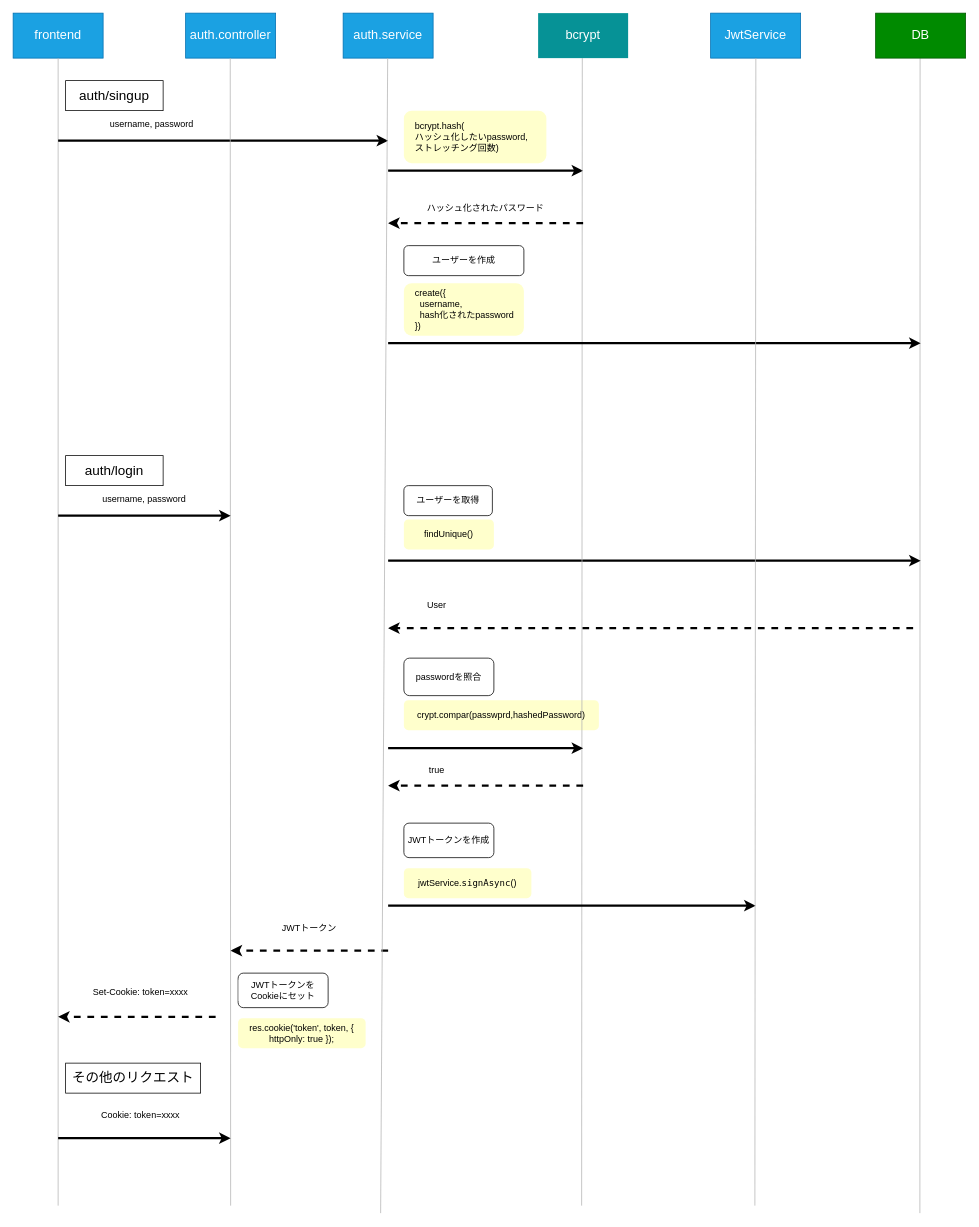
Before: draw.io/auth.drawio in nogson/tokyo-sento-backend, a draw.io diagram. Source tidied: cells renumbered, new cells numbered last; positions are measured from the earlier drawing's top-left corner, leaving out a move shared by most shapes. Both pictures are drawn from the tidied source at 75%, with x=0, y=0 at pixel (13, 13).
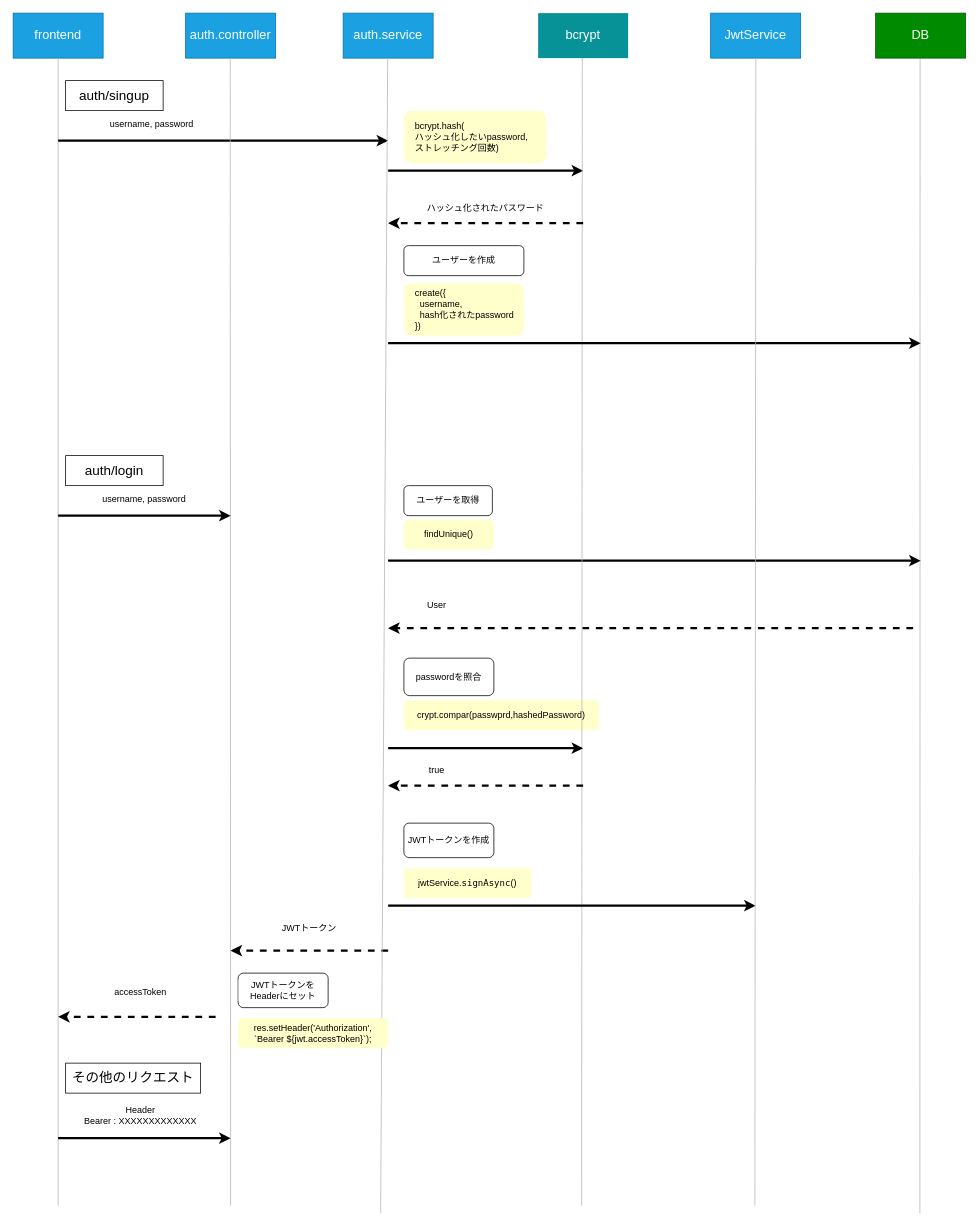
After the change.

The edit, as a diff of the source:
```diff
@@
-    <mxCell id="42" value="&lt;span style=&quot;font-size: 12px;&quot;&gt;res.cookie('token', token, { httpOnly: true });&lt;/span&gt;" style="rounded=1;whiteSpace=wrap;html=1;labelBackgroundColor=none;fontSize=10;fontColor=#000000;fillColor=#FFFFCC;strokeColor=none;" parent="1" vertex="1">
-      <mxGeometry x="300" y="1340" width="170" height="40" as="geometry" />
+    <mxCell id="42" value="&lt;span style=&quot;font-size: 12px;&quot;&gt;res.setHeader('Authorization', `Bearer ${jwt.accessToken}`);&lt;/span&gt;" style="rounded=1;whiteSpace=wrap;html=1;labelBackgroundColor=none;fontSize=10;fontColor=#000000;fillColor=#FFFFCC;strokeColor=none;" parent="1" vertex="1">
+      <mxGeometry x="300" y="1340" width="200" height="40" as="geometry" />
     </mxCell>
-    <mxCell id="43" value="JWTトークンをCookieにセット" style="text;whiteSpace=wrap;html=1;align=center;verticalAlign=middle;labelBackgroundColor=default;strokeColor=default;rounded=1;" parent="1" vertex="1">
+    <mxCell id="43" value="JWTトークンをHeaderにセット" style="text;whiteSpace=wrap;html=1;align=center;verticalAlign=middle;labelBackgroundColor=default;strokeColor=default;rounded=1;" parent="1" vertex="1">
       <mxGeometry x="300" y="1280" width="120" height="46" as="geometry" />
     </mxCell>
@@
-    <mxCell id="45" value="Set-Cookie: token=xxxx" style="text;whiteSpace=wrap;html=1;align=center;verticalAlign=middle;fontSize=12;" parent="1" vertex="1">
+    <mxCell id="45" value="accessToken" style="text;whiteSpace=wrap;html=1;align=center;verticalAlign=middle;fontSize=12;" parent="1" vertex="1">
       <mxGeometry x="70" y="1286" width="200" height="40" as="geometry" />
     </mxCell>
@@
-    <mxCell id="47" value="Cookie: token=xxxx" style="text;whiteSpace=wrap;html=1;align=center;verticalAlign=middle;fontSize=12;" parent="1" vertex="1">
+    <mxCell id="47" value="Header&lt;br&gt;Bearer : XXXXXXXXXXXXX" style="text;whiteSpace=wrap;html=1;align=center;verticalAlign=middle;fontSize=12;" parent="1" vertex="1">
       <mxGeometry x="70" y="1450" width="200" height="40" as="geometry" />
     </mxCell>
```
